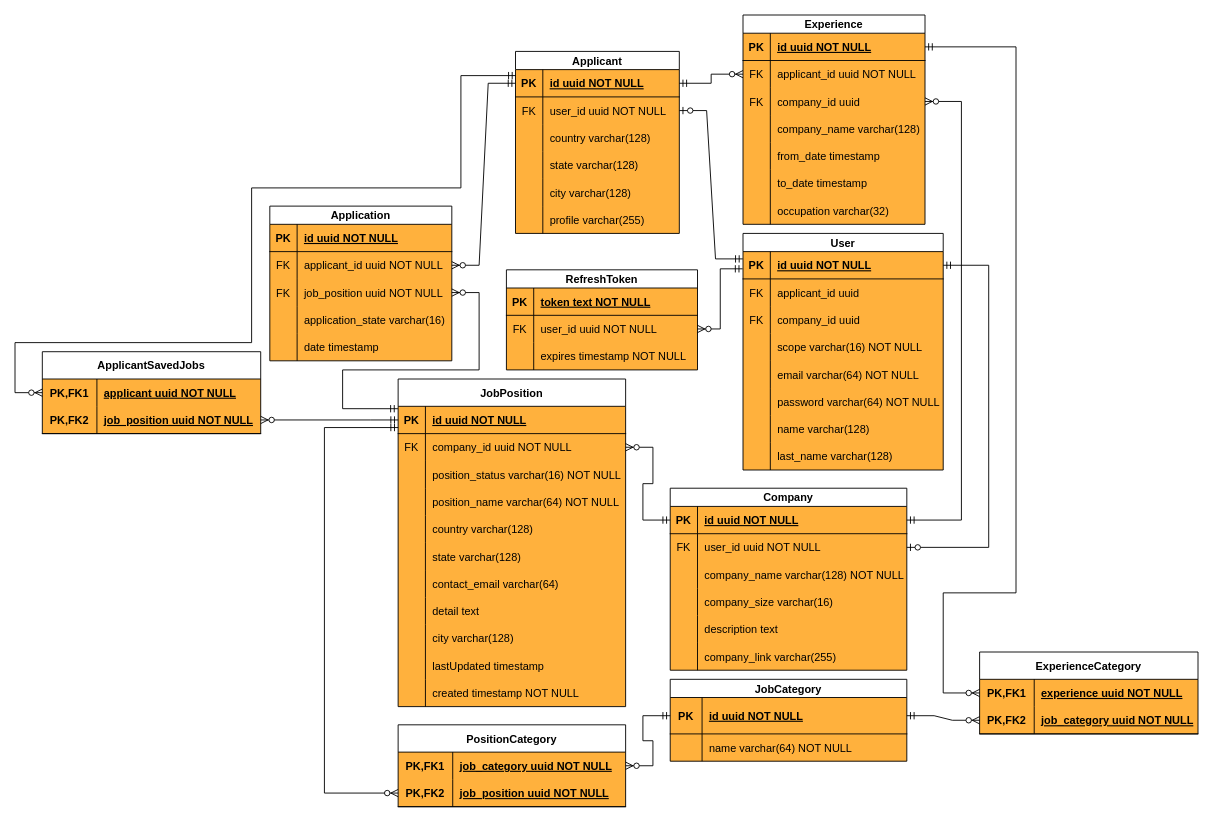
BUTAJI9l-IT/job-portal keeps this draw.io diagram as diagrams/ERD.drawio. Above is the earlier version. Source tidied: cells renumbered, new cells numbered last; positions are measured from the earlier drawing's top-left corner, leaving out a move shared by most shapes. Both pictures are drawn from the tidied source at 91%, with x=0, y=0 at pixel (15, 15).
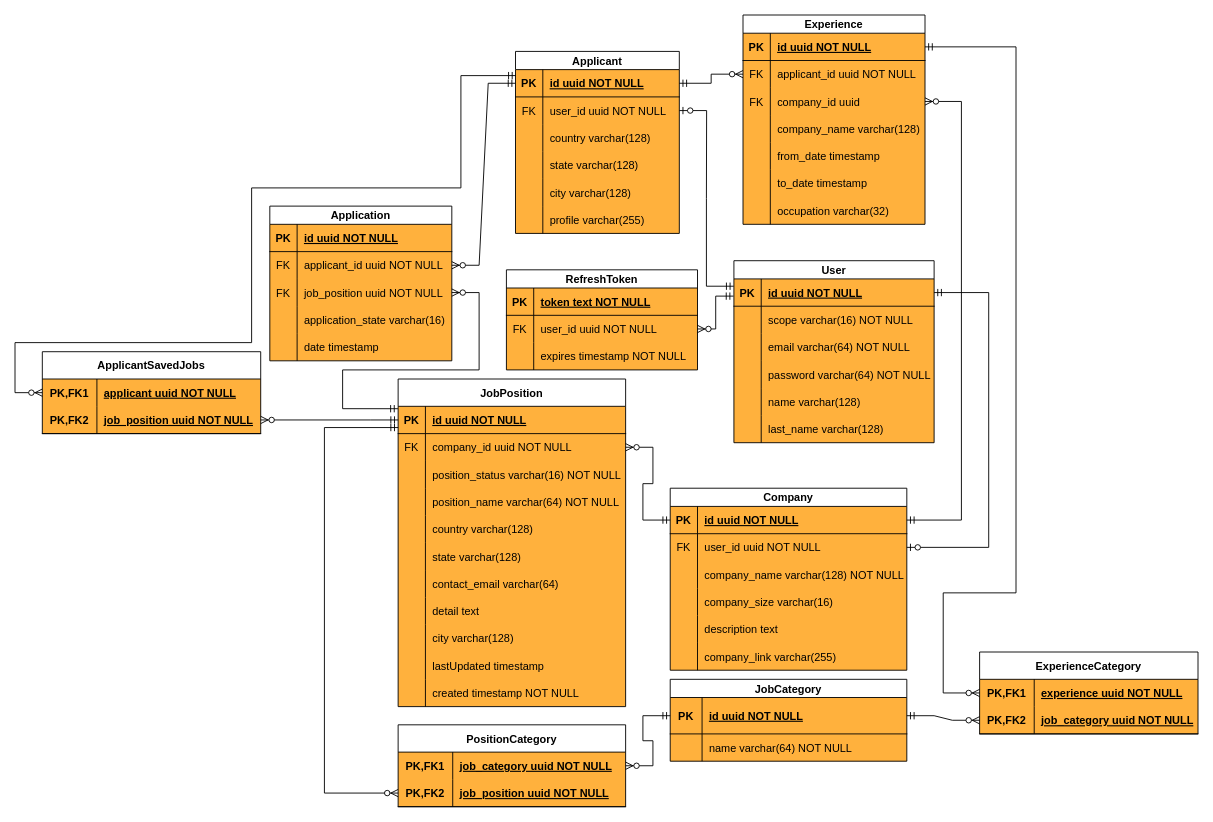
The same page after the edit.

Unchanged cells that the change refers to:
```xml
<mxCell id="41" style="shape=tableRow;horizontal=0;startSize=0;swimlaneHead=0;swimlaneBody=0;fillColor=none;points=[[0,0.5],[1,0.5]];portConstraint=eastwest;top=0;left=0;right=0;bottom=0;" parent="37" vertex="1">
  <mxGeometry y="50" width="260" height="30" as="geometry" />
</mxCell>
<mxCell id="96" style="shape=tableRow;horizontal=0;startSize=0;swimlaneHead=0;swimlaneBody=0;fillColor=none;points=[[0,0.5],[1,0.5]];portConstraint=eastwest;top=0;left=0;right=0;bottom=1;" parent="95" vertex="1">
  <mxGeometry y="20" width="220" height="30" as="geometry" />
</mxCell>
```

Change to the diagram source:
```diff
@@
     <mxCell id="95" value="User" style="shape=table;startSize=20;childLayout=tableLayout;rowLines=0;fontStyle=1;align=center;swimlaneFillColor=#FFB13D;" parent="1" vertex="1">
-      <mxGeometry x="800" y="240" width="220" height="260" as="geometry" />
+      <mxGeometry x="790" y="270" width="220" height="200" as="geometry" />
     </mxCell>
@@
-    <mxCell id="99" style="shape=tableRow;horizontal=0;startSize=0;swimlaneHead=0;swimlaneBody=0;fillColor=none;top=0;left=0;right=0;bottom=0;" parent="95" vertex="1">
-      <mxGeometry y="50" width="220" height="30" as="geometry" />
-    </mxCell>
-    <mxCell id="100" value="FK" style="shape=partialRectangle;fillColor=none;top=0;left=0;bottom=0;right=0;fontStyle=0;overflow=hidden;" parent="99" vertex="1">
-      <mxGeometry width="30" height="30" as="geometry" />
-    </mxCell>
-    <mxCell id="101" value="applicant_id uuid" style="shape=partialRectangle;fillColor=none;top=0;left=0;bottom=0;right=0;align=left;spacingLeft=6;fontStyle=0;overflow=hidden;" parent="99" vertex="1">
-      <mxGeometry x="30" width="190" height="30" as="geometry" />
-    </mxCell>
-    <mxCell id="102" style="shape=tableRow;horizontal=0;startSize=0;swimlaneHead=0;swimlaneBody=0;fillColor=none;top=0;left=0;right=0;bottom=0;" parent="95" vertex="1">
-      <mxGeometry y="80" width="220" height="30" as="geometry" />
-    </mxCell>
-    <mxCell id="103" value="FK" style="shape=partialRectangle;fillColor=none;top=0;left=0;bottom=0;right=0;fontStyle=0;overflow=hidden;" parent="102" vertex="1">
-      <mxGeometry width="30" height="30" as="geometry" />
-    </mxCell>
-    <mxCell id="104" value="company_id uuid" style="shape=partialRectangle;fillColor=none;top=0;left=0;bottom=0;right=0;align=left;spacingLeft=6;fontStyle=0;overflow=hidden;" parent="102" vertex="1">
-      <mxGeometry x="30" width="190" height="30" as="geometry" />
-    </mxCell>
     <mxCell id="105" style="shape=tableRow;horizontal=0;startSize=0;swimlaneHead=0;swimlaneBody=0;fillColor=none;top=0;left=0;right=0;bottom=0;" parent="95" vertex="1">
-      <mxGeometry y="110" width="220" height="30" as="geometry" />
+      <mxGeometry y="50" width="220" height="30" as="geometry" />
     </mxCell>
@@
     <mxCell id="108" style="shape=tableRow;horizontal=0;startSize=0;swimlaneHead=0;swimlaneBody=0;fillColor=none;top=0;left=0;right=0;bottom=0;" parent="95" vertex="1">
-      <mxGeometry y="140" width="220" height="30" as="geometry" />
+      <mxGeometry y="80" width="220" height="30" as="geometry" />
     </mxCell>
@@
     <mxCell id="111" style="shape=tableRow;horizontal=0;startSize=0;swimlaneHead=0;swimlaneBody=0;fillColor=none;top=0;left=0;right=0;bottom=0;" parent="95" vertex="1">
-      <mxGeometry y="170" width="220" height="30" as="geometry" />
+      <mxGeometry y="110" width="220" height="30" as="geometry" />
     </mxCell>
@@
     <mxCell id="114" style="shape=tableRow;horizontal=0;startSize=0;swimlaneHead=0;swimlaneBody=0;fillColor=none;top=0;left=0;right=0;bottom=0;" parent="95" vertex="1">
-      <mxGeometry y="200" width="220" height="30" as="geometry" />
+      <mxGeometry y="140" width="220" height="30" as="geometry" />
     </mxCell>
@@
     <mxCell id="117" style="shape=tableRow;horizontal=0;startSize=0;swimlaneHead=0;swimlaneBody=0;fillColor=none;top=0;left=0;right=0;bottom=0;" parent="95" vertex="1">
-      <mxGeometry y="230" width="220" height="30" as="geometry" />
+      <mxGeometry y="170" width="220" height="30" as="geometry" />
     </mxCell>
@@
     <mxCell id="168" style="fontSize=12;html=1;endArrow=ERzeroToOne;startArrow=ERmandOne;rounded=0;entryX=1;entryY=0.5;entryDx=0;entryDy=0;exitX=1;exitY=0.5;exitDx=0;exitDy=0;edgeStyle=orthogonalEdgeStyle;" parent="1" edge="1" source="96" target="41">
       <mxGeometry relative="1" as="geometry">
         <Array as="points">
-          <mxPoint x="1070" y="275" />
+          <mxPoint x="1070" y="305" />
           <mxPoint x="1070" y="585" />
         </Array>
       </mxGeometry>
     </mxCell>
```
